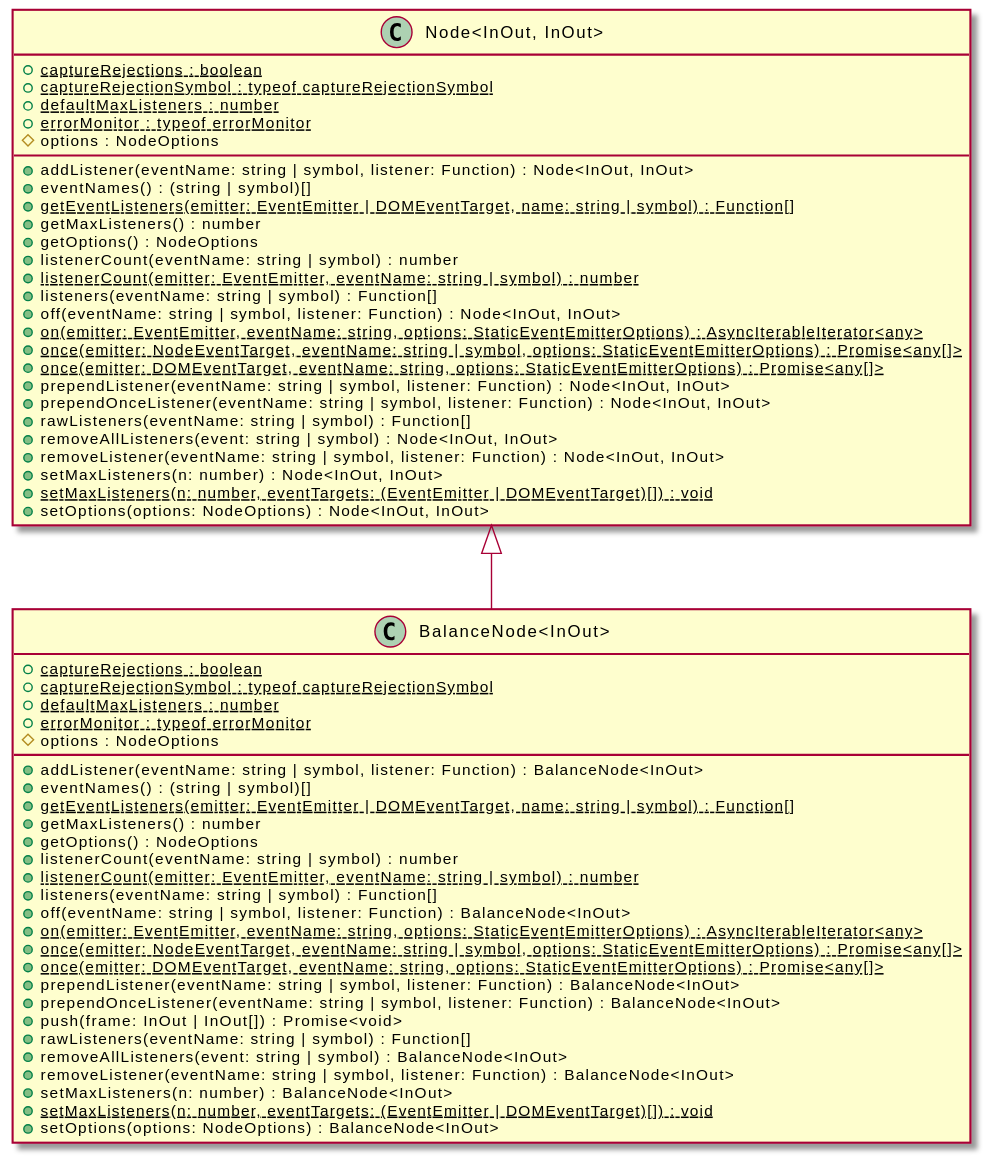
OpenHPS/openhps-core keeps this PlantUML diagram as assets/BalanceNode-umlClassDiagram-10213.svg. Above is the earlier version.
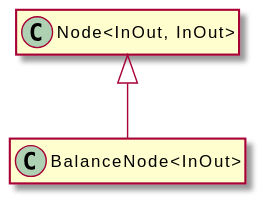
After the commit.

Diff of the diagram source:
```diff
@@ -3,59 +3,8 @@
 hide empty methods
 hide empty fields
 class "BalanceNode<InOut>" {
-    {static} +captureRejections : boolean
-    {static} +captureRejectionSymbol : typeof captureRejectionSymbol
-    {static} +defaultMaxListeners : number
-    {static} +errorMonitor : typeof errorMonitor
-    #options : NodeOptions
-    +addListener(eventName: string | symbol, listener: Function) : BalanceNode<InOut>
-    +eventNames() : (string | symbol)[]
-    {static} +getEventListeners(emitter: EventEmitter | DOMEventTarget, name: string | symbol) : Function[]
-    +getMaxListeners() : number
-    +getOptions() : NodeOptions
-    +listenerCount(eventName: string | symbol) : number
-    {static} +listenerCount(emitter: EventEmitter, eventName: string | symbol) : number
-    +listeners(eventName: string | symbol) : Function[]
-    +off(eventName: string | symbol, listener: Function) : BalanceNode<InOut>
-    {static} +on(emitter: EventEmitter, eventName: string, options: StaticEventEmitterOptions) : AsyncIterableIterator<any>
-    {static} +once(emitter: NodeEventTarget, eventName: string | symbol, options: StaticEventEmitterOptions) : Promise<any[]>
-    {static} +once(emitter: DOMEventTarget, eventName: string, options: StaticEventEmitterOptions) : Promise<any[]>
-    +prependListener(eventName: string | symbol, listener: Function) : BalanceNode<InOut>
-    +prependOnceListener(eventName: string | symbol, listener: Function) : BalanceNode<InOut>
-    +push(frame: InOut | InOut[]) : Promise<void>
-    +rawListeners(eventName: string | symbol) : Function[]
-    +removeAllListeners(event: string | symbol) : BalanceNode<InOut>
-    +removeListener(eventName: string | symbol, listener: Function) : BalanceNode<InOut>
-    +setMaxListeners(n: number) : BalanceNode<InOut>
-    {static} +setMaxListeners(n: number, eventTargets: (EventEmitter | DOMEventTarget)[]) : void
-    +setOptions(options: NodeOptions) : BalanceNode<InOut>
 }
 class "Node<InOut, InOut>" {
-    {static} +captureRejections : boolean
-    {static} +captureRejectionSymbol : typeof captureRejectionSymbol
-    {static} +defaultMaxListeners : number
-    {static} +errorMonitor : typeof errorMonitor
-    #options : NodeOptions
-    +addListener(eventName: string | symbol, listener: Function) : Node<InOut, InOut>
-    +eventNames() : (string | symbol)[]
-    {static} +getEventListeners(emitter: EventEmitter | DOMEventTarget, name: string | symbol) : Function[]
-    +getMaxListeners() : number
-    +getOptions() : NodeOptions
-    +listenerCount(eventName: string | symbol) : number
-    {static} +listenerCount(emitter: EventEmitter, eventName: string | symbol) : number
-    +listeners(eventName: string | symbol) : Function[]
-    +off(eventName: string | symbol, listener: Function) : Node<InOut, InOut>
-    {static} +on(emitter: EventEmitter, eventName: string, options: StaticEventEmitterOptions) : AsyncIterableIterator<any>
-    {static} +once(emitter: NodeEventTarget, eventName: string | symbol, options: StaticEventEmitterOptions) : Promise<any[]>
-    {static} +once(emitter: DOMEventTarget, eventName: string, options: StaticEventEmitterOptions) : Promise<any[]>
-    +prependListener(eventName: string | symbol, listener: Function) : Node<InOut, InOut>
-    +prependOnceListener(eventName: string | symbol, listener: Function) : Node<InOut, InOut>
-    +rawListeners(eventName: string | symbol) : Function[]
-    +removeAllListeners(event: string | symbol) : Node<InOut, InOut>
-    +removeListener(eventName: string | symbol, listener: Function) : Node<InOut, InOut>
-    +setMaxListeners(n: number) : Node<InOut, InOut>
-    {static} +setMaxListeners(n: number, eventTargets: (EventEmitter | DOMEventTarget)[]) : void
-    +setOptions(options: NodeOptions) : Node<InOut, InOut>
 }
 "Node<InOut, InOut>" <|-- "BalanceNode<InOut>"
 @enduml
```
